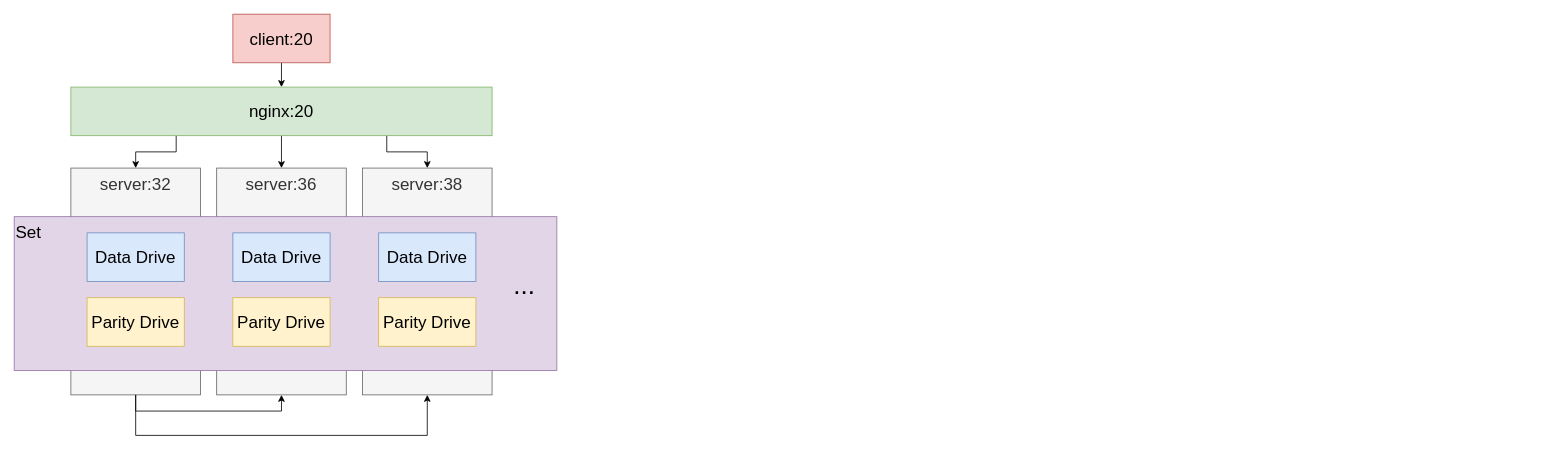
NeXT726/drawIO keeps this draw.io diagram as Minio.drawio. Above is the earlier version. Source tidied: cells renumbered, new cells numbered last; positions are measured from the earlier drawing's top-left corner, leaving out a move shared by most shapes. Both pictures are drawn from the tidied source at 81%, with x=0, y=0 at pixel (14, 14).
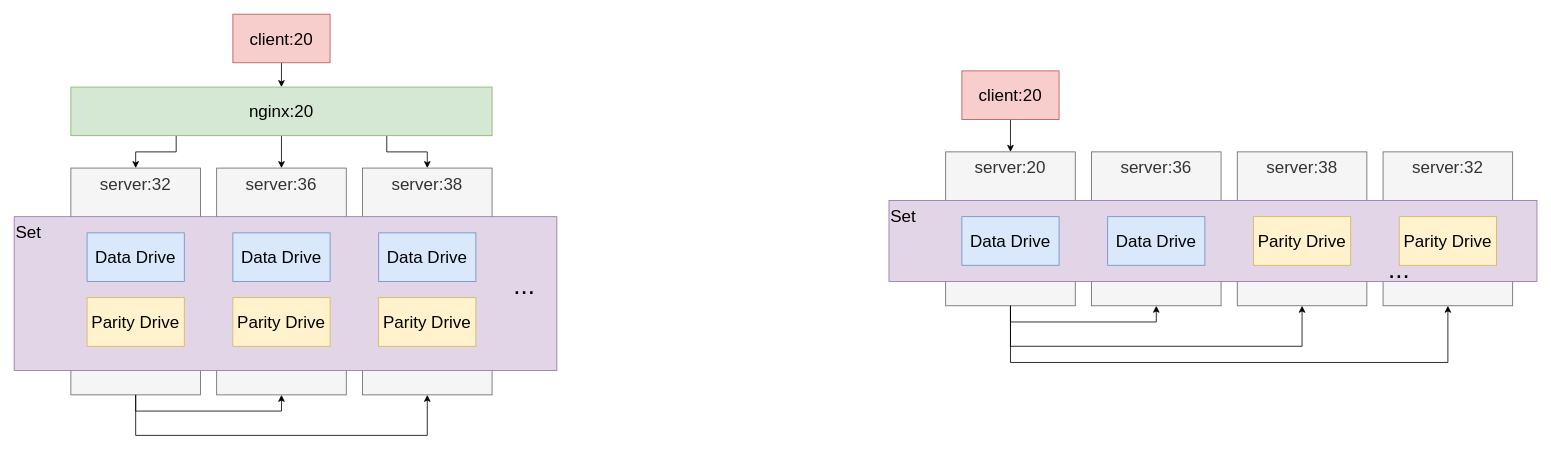
The same diagram, later.

The edit, as a diff of the source:
```diff
@@
+    <mxCell id="21" value="server:32" style="rounded=0;whiteSpace=wrap;html=1;align=center;verticalAlign=top;fontSize=21;fillColor=#f5f5f5;fontColor=#333333;strokeColor=#666666;" parent="1" vertex="1">
+      <mxGeometry x="1690" y="170" width="160" height="190" as="geometry" />
+    </mxCell>
@@
+    <mxCell id="22" style="edgeStyle=orthogonalEdgeStyle;rounded=0;jettySize=auto;html=1;exitX=0.5;exitY=1;exitDx=0;exitDy=0;entryX=0.5;entryY=1;entryDx=0;entryDy=0;fontSize=32;" parent="1" edge="1" source="23" target="21">
+      <mxGeometry relative="1" as="geometry">
+        <Array as="points">
+          <mxPoint x="1230" y="430" />
+          <mxPoint x="1770" y="430" />
+        </Array>
+      </mxGeometry>
+    </mxCell>
+    <mxCell id="23" value="server:20" style="rounded=0;whiteSpace=wrap;html=1;align=center;verticalAlign=top;fontSize=21;fillColor=#f5f5f5;fontColor=#333333;strokeColor=#666666;" parent="1" vertex="1">
+      <mxGeometry x="1150" y="170" width="160" height="190" as="geometry" />
+    </mxCell>
+    <mxCell id="24" value="server:36" style="rounded=0;whiteSpace=wrap;html=1;align=center;verticalAlign=top;fontSize=21;fillColor=#f5f5f5;fontColor=#333333;strokeColor=#666666;" parent="1" vertex="1">
+      <mxGeometry x="1330" y="170" width="160" height="190" as="geometry" />
+    </mxCell>
+    <mxCell id="25" value="server:38" style="rounded=0;whiteSpace=wrap;html=1;align=center;verticalAlign=top;fontSize=21;fillColor=#f5f5f5;fontColor=#333333;strokeColor=#666666;" parent="1" vertex="1">
+      <mxGeometry x="1510" y="170" width="160" height="190" as="geometry" />
+    </mxCell>
+    <mxCell id="26" value="Set" style="rounded=0;whiteSpace=wrap;html=1;fontSize=21;fillColor=#e1d5e7;strokeColor=#9673a6;align=left;verticalAlign=top;" parent="1" vertex="1">
+      <mxGeometry x="1080" y="230" width="800" height="100" as="geometry" />
+    </mxCell>
+    <mxCell id="27" style="edgeStyle=orthogonalEdgeStyle;rounded=0;jettySize=auto;html=1;exitX=0.5;exitY=1;exitDx=0;exitDy=0;entryX=0.5;entryY=1;entryDx=0;entryDy=0;fontSize=21;" parent="1" edge="1" source="23" target="24">
+      <mxGeometry relative="1" as="geometry" />
+    </mxCell>
+    <mxCell id="28" style="edgeStyle=orthogonalEdgeStyle;rounded=0;jettySize=auto;html=1;exitX=0.5;exitY=1;exitDx=0;exitDy=0;entryX=0.5;entryY=1;entryDx=0;entryDy=0;fontSize=21;" parent="1" edge="1" source="23" target="25">
+      <mxGeometry relative="1" as="geometry">
+        <Array as="points">
+          <mxPoint x="1230" y="410" />
+          <mxPoint x="1590" y="410" />
+        </Array>
+      </mxGeometry>
+    </mxCell>
+    <mxCell id="29" value="Data Drive" style="rounded=0;whiteSpace=wrap;html=1;fillColor=#dae8fc;strokeColor=#6c8ebf;fontSize=21;" parent="1" vertex="1">
+      <mxGeometry x="1170" y="250" width="120" height="60" as="geometry" />
+    </mxCell>
+    <mxCell id="30" value="Parity&amp;nbsp;Drive" style="rounded=0;whiteSpace=wrap;html=1;fillColor=#fff2cc;strokeColor=#d6b656;fontSize=21;" parent="1" vertex="1">
+      <mxGeometry x="1710" y="250" width="120" height="60" as="geometry" />
+    </mxCell>
+    <mxCell id="31" value="..." style="text;html=1;strokeColor=none;fillColor=none;align=center;verticalAlign=middle;whiteSpace=wrap;rounded=0;fontSize=32;" parent="1" vertex="1">
+      <mxGeometry x="1680" y="300" width="60" height="30" as="geometry" />
+    </mxCell>
+    <mxCell id="32" value="Data Drive" style="rounded=0;whiteSpace=wrap;html=1;fillColor=#dae8fc;strokeColor=#6c8ebf;fontSize=21;" parent="1" vertex="1">
+      <mxGeometry x="1350" y="250" width="120" height="60" as="geometry" />
+    </mxCell>
+    <mxCell id="33" value="Parity&amp;nbsp;Drive" style="rounded=0;whiteSpace=wrap;html=1;fillColor=#fff2cc;strokeColor=#d6b656;fontSize=21;" parent="1" vertex="1">
+      <mxGeometry x="1530" y="250" width="120" height="60" as="geometry" />
+    </mxCell>
+    <mxCell id="34" style="edgeStyle=orthogonalEdgeStyle;rounded=0;jettySize=auto;html=1;exitX=0.5;exitY=1;exitDx=0;exitDy=0;entryX=0.5;entryY=0;entryDx=0;entryDy=0;fontSize=32;" parent="1" edge="1" source="35" target="23">
+      <mxGeometry relative="1" as="geometry" />
+    </mxCell>
+    <mxCell id="35" value="&lt;font style=&quot;font-size: 21px&quot;&gt;client:20&lt;/font&gt;" style="rounded=0;whiteSpace=wrap;html=1;fontSize=21;verticalAlign=middle;fillColor=#f8cecc;strokeColor=#b85450;" parent="1" vertex="1">
+      <mxGeometry x="1170" y="70" width="120" height="60" as="geometry" />
+    </mxCell>
```
